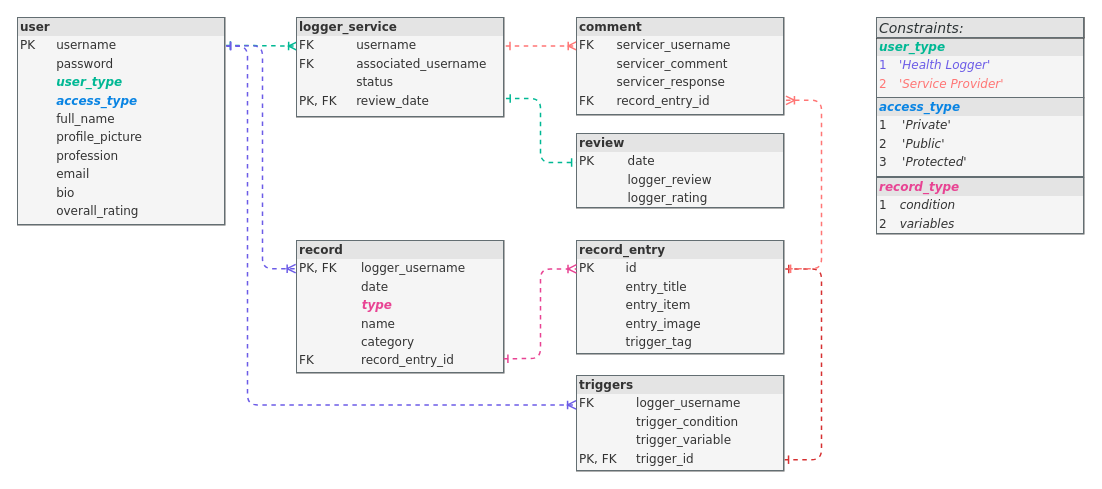
Above: diagrams/database/database_tables_relationships.drawio in mervin-njy/trigg-track-v2 (draw.io), before the change. Source tidied: cells renumbered, new cells numbered last; positions are measured from the earlier drawing's top-left corner, leaving out a move shared by most shapes. Both pictures are drawn from the tidied source at 100%, with x=0, y=0 at pixel (17, 17).
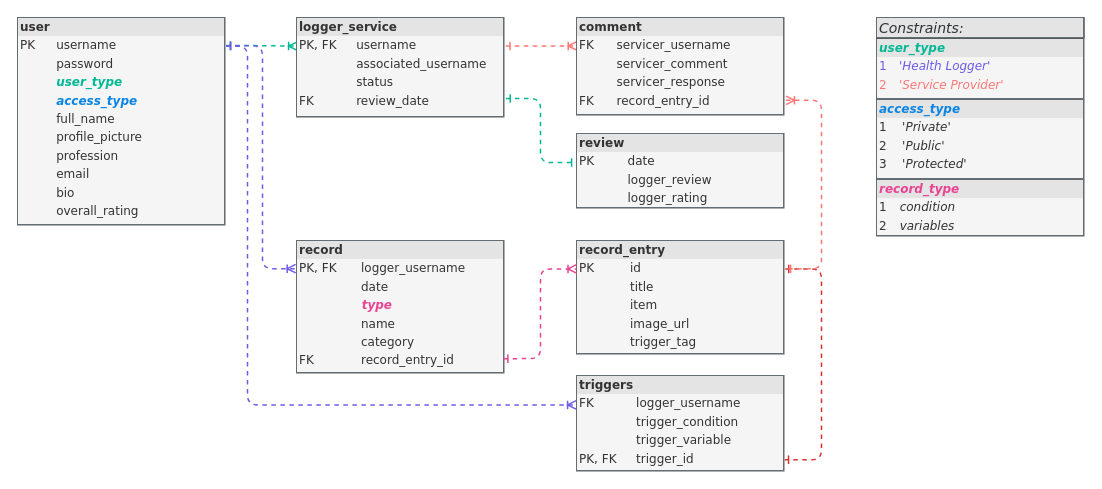
The same page after the edit.

The edit, as a diff of the source:
```diff
@@
-    <mxCell id="10" value="&lt;div style=&quot;box-sizing: border-box ; width: 100% ; background: #e4e4e4 ; padding: 2px&quot;&gt;&lt;b&gt;logger_service&lt;/b&gt;&lt;/div&gt;&lt;table style=&quot;width: 100% ; font-size: 1em&quot; cellpadding=&quot;2&quot; cellspacing=&quot;0&quot;&gt;&lt;tbody&gt;&lt;tr&gt;&lt;td&gt;FK&lt;/td&gt;&lt;td&gt;&amp;nbsp; &amp;nbsp;username&lt;/td&gt;&lt;/tr&gt;&lt;tr&gt;&lt;td&gt;FK&lt;/td&gt;&lt;td&gt;&amp;nbsp; &amp;nbsp;associated_username&lt;/td&gt;&lt;/tr&gt;&lt;tr&gt;&lt;td&gt;&lt;br&gt;&lt;/td&gt;&lt;td&gt;&amp;nbsp; &amp;nbsp;status&lt;/td&gt;&lt;/tr&gt;&lt;tr&gt;&lt;td&gt;PK, FK&lt;/td&gt;&lt;td&gt;&amp;nbsp; &amp;nbsp;review_date&lt;/td&gt;&lt;/tr&gt;&lt;tr&gt;&lt;td&gt;&lt;br&gt;&lt;/td&gt;&lt;td&gt;&amp;nbsp; &amp;nbsp;&lt;/td&gt;&lt;/tr&gt;&lt;/tbody&gt;&lt;/table&gt;" style="verticalAlign=top;align=left;overflow=fill;html=1;rounded=0;shadow=0;comic=0;labelBackgroundColor=none;strokeWidth=0.5;fontFamily=Verdana;fontSize=12;fillColor=#f5f5f5;strokeColor=#666666;fontColor=#333333;labelBorderColor=#636e72;" parent="1" vertex="1">
+    <mxCell id="10" value="&lt;div style=&quot;box-sizing: border-box ; width: 100% ; background: #e4e4e4 ; padding: 2px&quot;&gt;&lt;b&gt;logger_service&lt;/b&gt;&lt;/div&gt;&lt;table style=&quot;width: 100% ; font-size: 1em&quot; cellpadding=&quot;2&quot; cellspacing=&quot;0&quot;&gt;&lt;tbody&gt;&lt;tr&gt;&lt;td&gt;PK, FK&lt;/td&gt;&lt;td&gt;&amp;nbsp; &amp;nbsp;username&lt;/td&gt;&lt;/tr&gt;&lt;tr&gt;&lt;td&gt;&lt;br&gt;&lt;/td&gt;&lt;td&gt;&amp;nbsp; &amp;nbsp;associated_username&lt;/td&gt;&lt;/tr&gt;&lt;tr&gt;&lt;td&gt;&lt;br&gt;&lt;/td&gt;&lt;td&gt;&amp;nbsp; &amp;nbsp;status&lt;/td&gt;&lt;/tr&gt;&lt;tr&gt;&lt;td&gt;FK&lt;/td&gt;&lt;td&gt;&amp;nbsp; &amp;nbsp;review_date&lt;/td&gt;&lt;/tr&gt;&lt;tr&gt;&lt;td&gt;&lt;br&gt;&lt;/td&gt;&lt;td&gt;&amp;nbsp; &amp;nbsp;&lt;/td&gt;&lt;/tr&gt;&lt;/tbody&gt;&lt;/table&gt;" style="verticalAlign=top;align=left;overflow=fill;html=1;rounded=0;shadow=0;comic=0;labelBackgroundColor=none;strokeWidth=0.5;fontFamily=Verdana;fontSize=12;fillColor=#f5f5f5;strokeColor=#666666;fontColor=#333333;labelBorderColor=#636e72;" parent="1" vertex="1">
       <mxGeometry x="279" width="208" height="100" as="geometry" />
     </mxCell>
@@
-    <mxCell id="14" value="&lt;div style=&quot;box-sizing: border-box ; width: 100% ; background: #e4e4e4 ; padding: 2px&quot;&gt;&lt;b&gt;record_entry&lt;/b&gt;&lt;/div&gt;&lt;table style=&quot;width: 100% ; font-size: 1em&quot; cellpadding=&quot;2&quot; cellspacing=&quot;0&quot;&gt;&lt;tbody&gt;&lt;tr&gt;&lt;td&gt;PK&lt;/td&gt;&lt;td&gt;&lt;br&gt;&lt;/td&gt;&lt;td&gt;id&lt;/td&gt;&lt;/tr&gt;&lt;tr&gt;&lt;td&gt;&lt;br&gt;&lt;/td&gt;&lt;td&gt;&lt;br&gt;&lt;/td&gt;&lt;td&gt;entry_title&lt;/td&gt;&lt;/tr&gt;&lt;tr&gt;&lt;td&gt;&lt;br&gt;&lt;/td&gt;&lt;td&gt;&lt;br&gt;&lt;/td&gt;&lt;td&gt;entry_item&lt;br&gt;&lt;/td&gt;&lt;/tr&gt;&lt;tr&gt;&lt;td&gt;&lt;/td&gt;&lt;td&gt;&lt;br&gt;&lt;/td&gt;&lt;td&gt;entry_image&lt;/td&gt;&lt;/tr&gt;&lt;tr&gt;&lt;td&gt;&lt;br&gt;&lt;/td&gt;&lt;td&gt;&lt;br&gt;&lt;/td&gt;&lt;td&gt;trigger_tag&lt;/td&gt;&lt;/tr&gt;&lt;/tbody&gt;&lt;/table&gt;" style="verticalAlign=top;align=left;overflow=fill;html=1;rounded=0;shadow=0;comic=0;labelBackgroundColor=none;strokeWidth=0.5;fontFamily=Verdana;fontSize=12;fillColor=#f5f5f5;strokeColor=#666666;fontColor=#333333;labelBorderColor=#636e72;" parent="1" vertex="1">
+    <mxCell id="14" value="&lt;div style=&quot;box-sizing: border-box ; width: 100% ; background: #e4e4e4 ; padding: 2px&quot;&gt;&lt;b&gt;record_entry&lt;/b&gt;&lt;/div&gt;&lt;table style=&quot;width: 100% ; font-size: 1em&quot; cellpadding=&quot;2&quot; cellspacing=&quot;0&quot;&gt;&lt;tbody&gt;&lt;tr&gt;&lt;td&gt;PK&lt;/td&gt;&lt;td&gt;&lt;br&gt;&lt;/td&gt;&lt;td&gt;id&lt;/td&gt;&lt;/tr&gt;&lt;tr&gt;&lt;td&gt;&lt;br&gt;&lt;/td&gt;&lt;td&gt;&lt;br&gt;&lt;/td&gt;&lt;td&gt;title&lt;/td&gt;&lt;/tr&gt;&lt;tr&gt;&lt;td&gt;&lt;br&gt;&lt;/td&gt;&lt;td&gt;&lt;br&gt;&lt;/td&gt;&lt;td&gt;item&lt;br&gt;&lt;/td&gt;&lt;/tr&gt;&lt;tr&gt;&lt;td&gt;&lt;/td&gt;&lt;td&gt;&lt;br&gt;&lt;/td&gt;&lt;td&gt;image_url&lt;/td&gt;&lt;/tr&gt;&lt;tr&gt;&lt;td&gt;&lt;br&gt;&lt;/td&gt;&lt;td&gt;&lt;br&gt;&lt;/td&gt;&lt;td&gt;trigger_tag&lt;/td&gt;&lt;/tr&gt;&lt;/tbody&gt;&lt;/table&gt;" style="verticalAlign=top;align=left;overflow=fill;html=1;rounded=0;shadow=0;comic=0;labelBackgroundColor=none;strokeWidth=0.5;fontFamily=Verdana;fontSize=12;fillColor=#f5f5f5;strokeColor=#666666;fontColor=#333333;labelBorderColor=#636e72;" parent="1" vertex="1">
       <mxGeometry x="559" y="222.9" width="208" height="114" as="geometry" />
     </mxCell>
@@
     <mxCell id="17" value="&lt;div style=&quot;box-sizing: border-box ; width: 100% ; background: #e4e4e4 ; padding: 2px&quot;&gt;&lt;font color=&quot;#00b894&quot;&gt;&lt;b&gt;&lt;i&gt;user_type&lt;/i&gt;&lt;/b&gt;&lt;/font&gt;&lt;/div&gt;&lt;table style=&quot;width: 100% ; font-size: 1em&quot; cellpadding=&quot;2&quot; cellspacing=&quot;0&quot;&gt;&lt;tbody&gt;&lt;tr&gt;&lt;td&gt;&lt;font color=&quot;#6c5ce7&quot;&gt;1&lt;/font&gt;&lt;/td&gt;&lt;td&gt;&lt;i&gt;&lt;font color=&quot;#6c5ce7&quot;&gt;'Health Logger'&lt;/font&gt;&lt;/i&gt;&lt;/td&gt;&lt;/tr&gt;&lt;tr&gt;&lt;td&gt;&lt;font color=&quot;#ff7675&quot;&gt;2&lt;/font&gt;&lt;/td&gt;&lt;td&gt;&lt;i&gt;&lt;font color=&quot;#ff7675&quot;&gt;'Service Provider'&lt;/font&gt;&lt;/i&gt;&lt;/td&gt;&lt;/tr&gt;&lt;/tbody&gt;&lt;/table&gt;" style="verticalAlign=top;align=left;overflow=fill;html=1;rounded=0;shadow=0;comic=0;labelBackgroundColor=none;strokeWidth=0.5;fontFamily=Verdana;fontSize=12;fillColor=#f5f5f5;strokeColor=#666666;fontColor=#333333;glass=0;noLabel=0;labelPadding=0;strokeOpacity=100;perimeterSpacing=0;spacingTop=0;spacing=2;spacingLeft=0;labelBorderColor=#636e72;" parent="1" vertex="1">
-      <mxGeometry x="859" y="20" width="208" height="61" as="geometry" />
+      <mxGeometry x="859" y="21" width="208" height="61" as="geometry" />
     </mxCell>
     <mxCell id="18" value="&lt;div style=&quot;box-sizing: border-box ; width: 100% ; background: #e4e4e4 ; padding: 2px&quot;&gt;&lt;b&gt;&lt;font color=&quot;#0984e3&quot;&gt;&lt;i&gt;access_type&lt;/i&gt;&lt;/font&gt;&lt;/b&gt;&lt;/div&gt;&lt;table style=&quot;width: 100% ; font-size: 1em&quot; cellpadding=&quot;2&quot; cellspacing=&quot;0&quot;&gt;&lt;tbody&gt;&lt;tr&gt;&lt;td&gt;1&lt;/td&gt;&lt;td&gt;&lt;i&gt;'Private'&lt;/i&gt;&lt;/td&gt;&lt;/tr&gt;&lt;tr&gt;&lt;td&gt;2&lt;/td&gt;&lt;td&gt;&lt;i&gt;'Public'&amp;nbsp; &amp;nbsp; &amp;nbsp; &amp;nbsp; &amp;nbsp; &amp;nbsp;&amp;nbsp;&lt;/i&gt;&lt;/td&gt;&lt;/tr&gt;&lt;tr&gt;&lt;td&gt;3&lt;/td&gt;&lt;td&gt;&lt;i&gt;'Protected'&lt;/i&gt;&lt;/td&gt;&lt;/tr&gt;&lt;/tbody&gt;&lt;/table&gt;" style="verticalAlign=top;align=left;overflow=fill;html=1;rounded=0;shadow=0;comic=0;labelBackgroundColor=none;strokeWidth=0.5;fontFamily=Verdana;fontSize=12;fillColor=#f5f5f5;strokeColor=#666666;fontColor=#333333;glass=0;noLabel=0;labelPadding=0;strokeOpacity=100;perimeterSpacing=0;spacingTop=0;spacing=2;spacingLeft=0;labelBorderColor=#636e72;" parent="1" vertex="1">
-      <mxGeometry x="859" y="80" width="208" height="80" as="geometry" />
+      <mxGeometry x="859" y="82" width="208" height="80" as="geometry" />
     </mxCell>
     <mxCell id="19" value="&lt;div style=&quot;box-sizing: border-box ; width: 100% ; background: #e4e4e4 ; padding: 2px&quot;&gt;&lt;b&gt;&lt;i&gt;&lt;font color=&quot;#e84393&quot;&gt;record_type&lt;/font&gt;&lt;/i&gt;&lt;/b&gt;&lt;/div&gt;&lt;table style=&quot;width: 100% ; font-size: 1em&quot; cellpadding=&quot;2&quot; cellspacing=&quot;0&quot;&gt;&lt;tbody&gt;&lt;tr&gt;&lt;td&gt;1&lt;/td&gt;&lt;td&gt;&lt;i&gt;condition&lt;/i&gt;&lt;/td&gt;&lt;/tr&gt;&lt;tr&gt;&lt;td&gt;2&lt;/td&gt;&lt;td&gt;&lt;i&gt;variables&amp;nbsp; &amp;nbsp; &amp;nbsp; &amp;nbsp; &amp;nbsp; &amp;nbsp;&amp;nbsp;&lt;/i&gt;&lt;/td&gt;&lt;/tr&gt;&lt;/tbody&gt;&lt;/table&gt;" style="verticalAlign=top;align=left;overflow=fill;html=1;rounded=0;shadow=0;comic=0;labelBackgroundColor=none;strokeWidth=0.5;fontFamily=Verdana;fontSize=12;fillColor=#f5f5f5;strokeColor=#666666;fontColor=#333333;glass=0;noLabel=0;labelPadding=0;strokeOpacity=100;perimeterSpacing=0;spacingTop=0;spacing=2;spacingLeft=0;labelBorderColor=#636e72;" parent="1" vertex="1">
-      <mxGeometry x="859" y="160" width="208" height="57" as="geometry" />
+      <mxGeometry x="859" y="162" width="208" height="57" as="geometry" />
     </mxCell>
```
